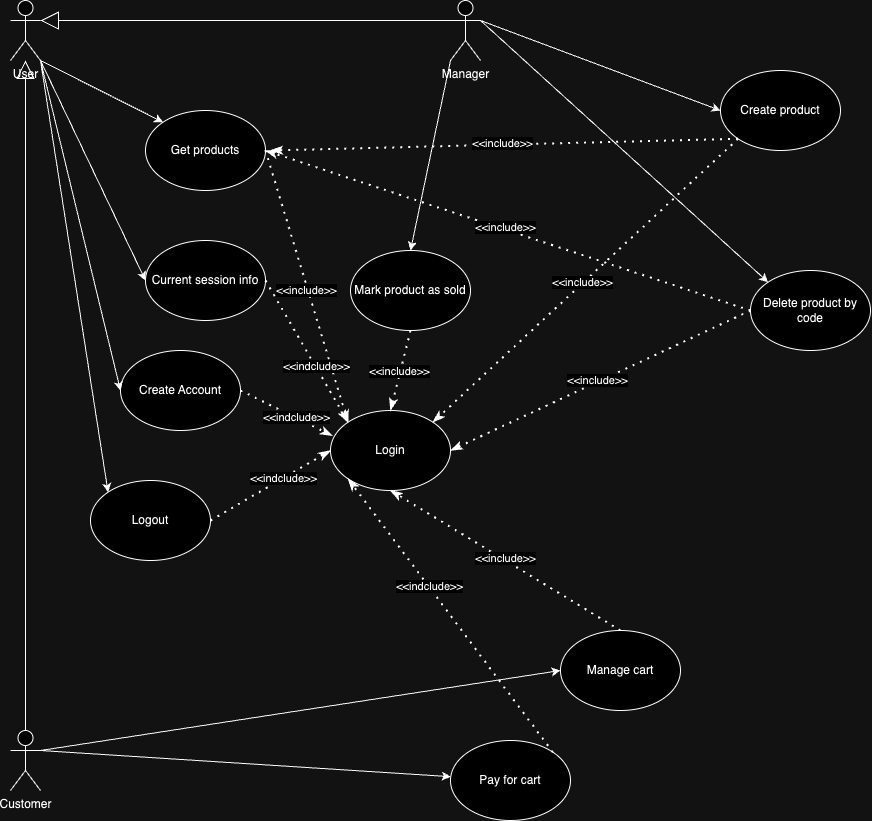
Above: assets/img/V1/UCDV1.png in Andrea-1704/Ezelectronics (draw.io), before the change. Source tidied: cells renumbered, new cells last; positions are measured from the earlier drawing's top-left corner, leaving out a move shared by most shapes.
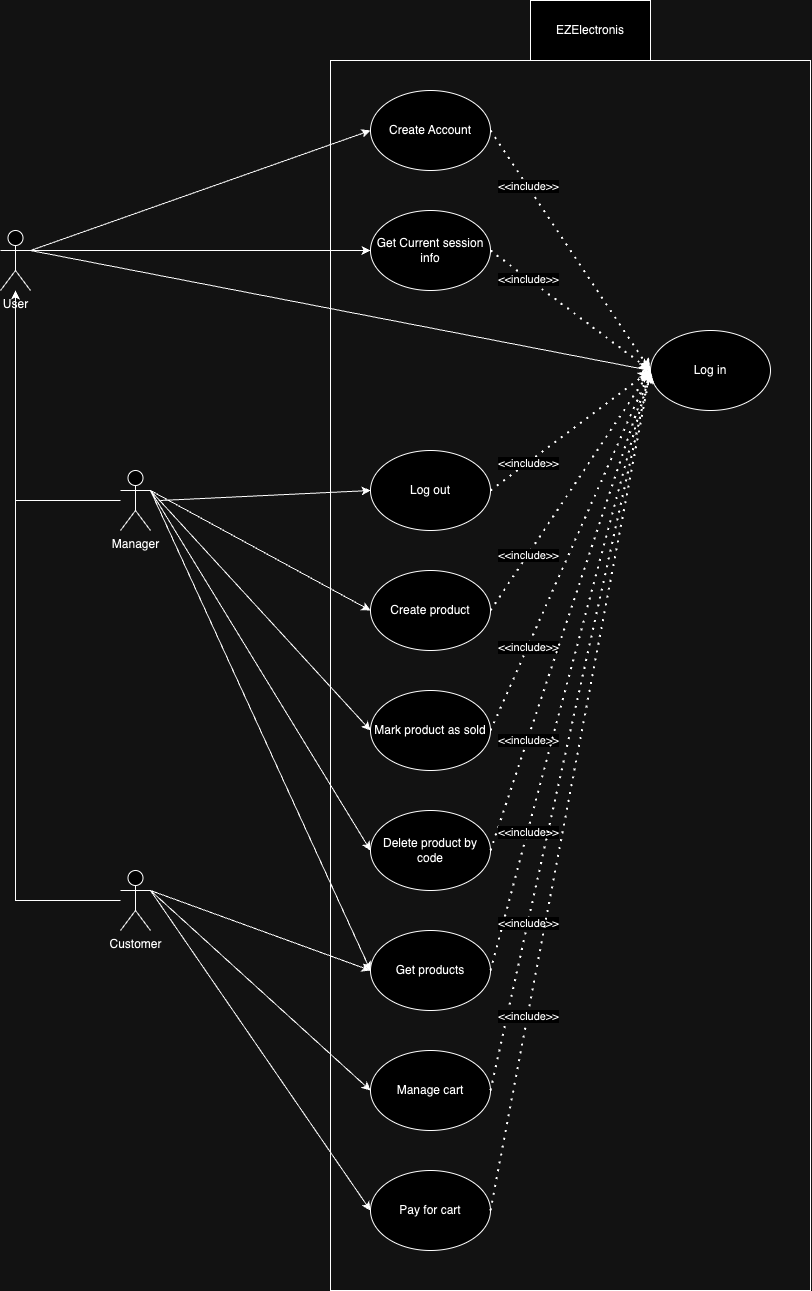
After the commit.

Commit message:
feat(use case diagram): update use case diagram

Diff of the diagram source:
```diff
@@ -5,149 +5,154 @@
     <mxCell id="2" value="Create Account" style="ellipse;whiteSpace=wrap;html=1;" parent="1" vertex="1">
-      <mxGeometry x="110" y="350" width="120" height="80" as="geometry" />
+      <mxGeometry x="170" y="-210" width="120" height="80" as="geometry" />
     </mxCell>
     <mxCell id="3" value="User&lt;div&gt;&lt;br&gt;&lt;/div&gt;" style="shape=umlActor;verticalLabelPosition=bottom;verticalAlign=top;html=1;outlineConnect=0;" parent="1" vertex="1">
-      <mxGeometry width="30" height="60" as="geometry" />
+      <mxGeometry x="-200" y="-70" width="30" height="60" as="geometry" />
     </mxCell>
-    <mxCell id="4" value="Login" style="ellipse;whiteSpace=wrap;html=1;" parent="1" vertex="1">
-      <mxGeometry x="320" y="410" width="120" height="80" as="geometry" />
+    <mxCell id="4" value="Log in" style="ellipse;whiteSpace=wrap;html=1;" parent="1" vertex="1">
+      <mxGeometry x="450" y="30" width="120" height="80" as="geometry" />
     </mxCell>
-    <mxCell id="5" value="Logout" style="ellipse;whiteSpace=wrap;html=1;" parent="1" vertex="1">
-      <mxGeometry x="80" y="480" width="120" height="80" as="geometry" />
-    </mxCell>
-    <mxCell id="6" value="Current session info" style="ellipse;whiteSpace=wrap;html=1;" parent="1" vertex="1">
-      <mxGeometry x="135" y="240" width="120" height="80" as="geometry" />
+    <mxCell id="6" value="Get Current session info" style="ellipse;whiteSpace=wrap;html=1;" parent="1" vertex="1">
+      <mxGeometry x="170" y="-90" width="120" height="80" as="geometry" />
     </mxCell>
     <mxCell id="7" value="Create product" style="ellipse;whiteSpace=wrap;html=1;" parent="1" vertex="1">
-      <mxGeometry x="710" y="70" width="120" height="80" as="geometry" />
+      <mxGeometry x="170" y="270" width="120" height="80" as="geometry" />
     </mxCell>
     <mxCell id="8" value="Mark product as sold" style="ellipse;whiteSpace=wrap;html=1;" parent="1" vertex="1">
-      <mxGeometry x="340" y="250" width="120" height="80" as="geometry" />
+      <mxGeometry x="170" y="390" width="120" height="80" as="geometry" />
     </mxCell>
     <mxCell id="9" value="Get products" style="ellipse;whiteSpace=wrap;html=1;" parent="1" vertex="1">
-      <mxGeometry x="135" y="110" width="120" height="80" as="geometry" />
+      <mxGeometry x="170" y="630" width="120" height="80" as="geometry" />
     </mxCell>
     <mxCell id="10" value="Delete product by code" style="ellipse;whiteSpace=wrap;html=1;" parent="1" vertex="1">
-      <mxGeometry x="740" y="270" width="120" height="80" as="geometry" />
+      <mxGeometry x="170" y="510" width="120" height="80" as="geometry" />
     </mxCell>
     <mxCell id="11" value="Manage cart" style="ellipse;whiteSpace=wrap;html=1;" parent="1" vertex="1">
-      <mxGeometry x="550" y="630" width="120" height="80" as="geometry" />
+      <mxGeometry x="170" y="750" width="120" height="80" as="geometry" />
     </mxCell>
+    <mxCell id="15" style="edgeStyle=orthogonalEdgeStyle;rounded=0;jettySize=auto;html=1;" parent="1" edge="1" source="13" target="3">
+      <mxGeometry relative="1" as="geometry" />
+    </mxCell>
+    <mxCell id="13" value="Manager" style="shape=umlActor;verticalLabelPosition=bottom;verticalAlign=top;html=1;outlineConnect=0;" parent="1" vertex="1">
+      <mxGeometry x="-80" y="170" width="30" height="60" as="geometry" />
+    </mxCell>
+    <mxCell id="16" style="edgeStyle=orthogonalEdgeStyle;rounded=0;jettySize=auto;html=1;" parent="1" edge="1" source="14" target="3">
+      <mxGeometry relative="1" as="geometry" />
+    </mxCell>
+    <mxCell id="14" value="Customer" style="shape=umlActor;verticalLabelPosition=bottom;verticalAlign=top;html=1;outlineConnect=0;" parent="1" vertex="1">
+      <mxGeometry x="-80" y="570" width="30" height="60" as="geometry" />
+    </mxCell>
+    <mxCell id="19" style="endArrow=classic;html=1;rounded=0;entryX=0;entryY=0.5;entryDx=0;entryDy=0;exitX=1;exitY=0.3333333333333333;exitDx=0;exitDy=0;exitPerimeter=0;" parent="1" edge="1" source="3" target="2">
+      <mxGeometry relative="1" as="geometry" />
+    </mxCell>
+    <mxCell id="24" style="endArrow=classic;html=1;rounded=0;entryX=0;entryY=0.5;entryDx=0;entryDy=0;exitX=1;exitY=0.3333333333333333;exitDx=0;exitDy=0;exitPerimeter=0;" parent="1" edge="1" source="3" target="6">
+      <mxGeometry relative="1" as="geometry" />
+    </mxCell>
+    <mxCell id="48" style="endArrow=classic;html=1;rounded=0;entryX=0;entryY=0.5;entryDx=0;entryDy=0;exitX=1;exitY=0.3333333333333333;exitDx=0;exitDy=0;exitPerimeter=0;" parent="1" edge="1" source="3" target="4">
+      <mxGeometry relative="1" as="geometry" />
+    </mxCell>
+    <mxCell id="49" style="endArrow=classic;html=1;rounded=0;entryX=0;entryY=0.5;entryDx=0;entryDy=0;exitX=1;exitY=0.3333333333333333;exitDx=0;exitDy=0;exitPerimeter=0;" parent="1" edge="1" source="13" target="7">
+      <mxGeometry relative="1" as="geometry" />
+    </mxCell>
+    <mxCell id="50" style="endArrow=classic;html=1;rounded=0;exitX=1;exitY=0.3333333333333333;exitDx=0;exitDy=0;exitPerimeter=0;entryX=0;entryY=0.5;entryDx=0;entryDy=0;" parent="1" edge="1" source="14" target="11">
+      <mxGeometry relative="1" as="geometry" />
+    </mxCell>
+    <mxCell id="51" style="endArrow=classic;html=1;rounded=0;exitX=1;exitY=0.3333333333333333;exitDx=0;exitDy=0;exitPerimeter=0;entryX=0;entryY=0.5;entryDx=0;entryDy=0;" parent="1" edge="1" source="13" target="9">
+      <mxGeometry relative="1" as="geometry" />
+    </mxCell>
+    <mxCell id="52" style="endArrow=classic;html=1;rounded=0;entryX=0;entryY=0.5;entryDx=0;entryDy=0;exitX=1;exitY=0.3333333333333333;exitDx=0;exitDy=0;exitPerimeter=0;" parent="1" edge="1" source="13" target="8">
+      <mxGeometry relative="1" as="geometry" />
+    </mxCell>
+    <mxCell id="53" style="endArrow=classic;html=1;rounded=0;entryX=0;entryY=0.5;entryDx=0;entryDy=0;exitX=1;exitY=0.3333333333333333;exitDx=0;exitDy=0;exitPerimeter=0;" parent="1" edge="1" source="13" target="10">
+      <mxGeometry relative="1" as="geometry" />
+    </mxCell>
+    <mxCell id="54" style="endArrow=classic;html=1;rounded=0;exitX=1;exitY=0.3333333333333333;exitDx=0;exitDy=0;exitPerimeter=0;entryX=0;entryY=0.5;entryDx=0;entryDy=0;" parent="1" edge="1" source="14" target="9">
+      <mxGeometry relative="1" as="geometry" />
+    </mxCell>
+    <mxCell id="55" style="rounded=0;whiteSpace=wrap;html=1;fillColor=none;" parent="1" vertex="1">
+      <mxGeometry x="130" y="-240" width="480" height="1230" as="geometry" />
+    </mxCell>
+    <mxCell id="56" value="EZElectronis" style="rounded=0;whiteSpace=wrap;html=1;" parent="1" vertex="1">
+      <mxGeometry x="330" y="-300" width="120" height="60" as="geometry" />
+    </mxCell>
     <mxCell id="12" value="Pay for cart" style="ellipse;whiteSpace=wrap;html=1;" parent="1" vertex="1">
-      <mxGeometry x="440" y="740" width="120" height="80" as="geometry" />
+      <mxGeometry x="170" y="870" width="120" height="80" as="geometry" />
     </mxCell>
-    <mxCell id="13" value="Customer" style="shape=umlActor;verticalLabelPosition=bottom;verticalAlign=top;html=1;outlineConnect=0;" parent="1" vertex="1">
-      <mxGeometry y="730" width="30" height="60" as="geometry" />
-    </mxCell>
-    <mxCell id="14" value="Manager" style="shape=umlActor;verticalLabelPosition=bottom;verticalAlign=top;html=1;outlineConnect=0;" parent="1" vertex="1">
-      <mxGeometry x="440" width="30" height="60" as="geometry" />
-    </mxCell>
-    <mxCell id="15" style="endArrow=block;html=1;rounded=0;endFill=0;exitX=0.5;exitY=0;exitDx=0;exitDy=0;exitPerimeter=0;endSize=16;" parent="1" edge="1" source="13" target="3">
-      <mxGeometry relative="1" as="geometry" />
-    </mxCell>
-    <mxCell id="16" style="endArrow=block;html=1;rounded=0;endFill=0;exitX=0;exitY=0.3333333333333333;exitDx=0;exitDy=0;exitPerimeter=0;entryX=1;entryY=0.3333333333333333;entryDx=0;entryDy=0;entryPerimeter=0;endSize=16;" parent="1" edge="1" source="14" target="3">
-      <mxGeometry relative="1" as="geometry" />
-    </mxCell>
-    <mxCell id="17" style="endArrow=classic;html=1;rounded=0;entryX=0;entryY=0.5;entryDx=0;entryDy=0;exitX=1;exitY=0.3333333333333333;exitDx=0;exitDy=0;exitPerimeter=0;" parent="1" edge="1" source="14" target="7">
-      <mxGeometry relative="1" as="geometry" />
-    </mxCell>
-    <mxCell id="18" style="endArrow=classic;html=1;rounded=0;entryX=0;entryY=0;entryDx=0;entryDy=0;exitX=1;exitY=1;exitDx=0;exitDy=0;exitPerimeter=0;" parent="1" edge="1" source="3" target="5">
-      <mxGeometry relative="1" as="geometry" />
-    </mxCell>
-    <mxCell id="19" style="endArrow=classic;html=1;rounded=0;entryX=0;entryY=0.5;entryDx=0;entryDy=0;exitX=1;exitY=1;exitDx=0;exitDy=0;exitPerimeter=0;" parent="1" edge="1" source="3" target="2">
-      <mxGeometry relative="1" as="geometry" />
-    </mxCell>
-    <mxCell id="20" style="endArrow=classic;html=1;rounded=0;exitX=0;exitY=1;exitDx=0;exitDy=0;exitPerimeter=0;entryX=0.5;entryY=0;entryDx=0;entryDy=0;" parent="1" edge="1" source="14" target="8">
-      <mxGeometry relative="1" as="geometry" />
-    </mxCell>
-    <mxCell id="21" style="endArrow=classic;html=1;rounded=0;entryX=0;entryY=0;entryDx=0;entryDy=0;exitX=1;exitY=0.3333333333333333;exitDx=0;exitDy=0;exitPerimeter=0;" parent="1" edge="1" source="14" target="10">
-      <mxGeometry relative="1" as="geometry" />
-    </mxCell>
-    <mxCell id="22" style="endArrow=classic;html=1;rounded=0;entryX=0;entryY=0;entryDx=0;entryDy=0;exitX=1;exitY=1;exitDx=0;exitDy=0;exitPerimeter=0;" parent="1" edge="1" source="3" target="9">
-      <mxGeometry relative="1" as="geometry" />
-    </mxCell>
-    <mxCell id="23" style="endArrow=classic;html=1;rounded=0;entryX=0;entryY=0.5;entryDx=0;entryDy=0;exitX=1;exitY=0.3333333333333333;exitDx=0;exitDy=0;exitPerimeter=0;" parent="1" edge="1" source="13" target="11">
-      <mxGeometry relative="1" as="geometry" />
-    </mxCell>
-    <mxCell id="24" style="endArrow=classic;html=1;rounded=0;entryX=0;entryY=0.5;entryDx=0;entryDy=0;exitX=1;exitY=1;exitDx=0;exitDy=0;exitPerimeter=0;" parent="1" edge="1" source="3" target="6">
-      <mxGeometry relative="1" as="geometry" />
-    </mxCell>
-    <mxCell id="25" style="endArrow=classic;html=1;rounded=0;exitX=1;exitY=0.3333333333333333;exitDx=0;exitDy=0;exitPerimeter=0;" parent="1" edge="1" source="13" target="12">
-      <mxGeometry relative="1" as="geometry" />
-    </mxCell>
-    <mxCell id="26" style="endArrow=classicThin;dashed=1;html=1;dashPattern=1 3;strokeWidth=2;rounded=0;endFill=1;exitX=1;exitY=0;exitDx=0;exitDy=0;entryX=0;entryY=1;entryDx=0;entryDy=0;" parent="1" edge="1" source="12" target="4">
-      <mxGeometry relative="1" as="geometry" />
-    </mxCell>
-    <mxCell id="27" value="&amp;lt;&amp;lt;indclude&amp;gt;&amp;gt;" style="edgeLabel;html=1;align=center;verticalAlign=middle;" parent="26" vertex="1">
-      <mxGeometry x="0.21" relative="1" as="geometry">
-        <mxPoint y="-1" as="offset" />
-      </mxGeometry>
-    </mxCell>
+    <mxCell id="57" style="endArrow=classic;html=1;rounded=0;entryX=0;entryY=0.5;entryDx=0;entryDy=0;" parent="1" edge="1" target="12">
+      <mxGeometry relative="1" as="geometry">
+        <mxPoint x="-50" y="590" as="sourcePoint" />
+      </mxGeometry>
+    </mxCell>
+    <mxCell id="58" value="Log&amp;nbsp;&lt;span style=&quot;background-color: initial;&quot;&gt;out&lt;/span&gt;" style="ellipse;whiteSpace=wrap;html=1;" parent="1" vertex="1">
+      <mxGeometry x="170" y="150" width="120" height="80" as="geometry" />
+    </mxCell>
+    <mxCell id="59" style="endArrow=classic;dashed=1;html=1;dashPattern=1 3;strokeWidth=2;rounded=0;entryX=0;entryY=0.5;entryDx=0;entryDy=0;exitX=1;exitY=0.5;exitDx=0;exitDy=0;endFill=1;" parent="1" edge="1" source="58" target="4">
+      <mxGeometry relative="1" as="geometry" />
+    </mxCell>
+    <mxCell id="60" value="&amp;lt;&amp;lt;include&amp;gt;&amp;gt;" style="edgeLabel;html=1;align=center;verticalAlign=middle;" parent="59" vertex="1">
+      <mxGeometry x="-0.54" relative="1" as="geometry" />
+    </mxCell>
+    <mxCell id="61" style="endArrow=classic;dashed=1;html=1;dashPattern=1 3;strokeWidth=2;rounded=0;exitX=1;exitY=0.5;exitDx=0;exitDy=0;endFill=1;" parent="1" edge="1" source="7">
+      <mxGeometry relative="1" as="geometry">
+        <mxPoint x="450" y="70" as="targetPoint" />
+      </mxGeometry>
+    </mxCell>
+    <mxCell id="62" value="&amp;lt;&amp;lt;include&amp;gt;&amp;gt;" style="edgeLabel;html=1;align=center;verticalAlign=middle;" parent="61" vertex="1">
+      <mxGeometry x="-0.54" relative="1" as="geometry" />
+    </mxCell>
+    <mxCell id="63" style="endArrow=classic;dashed=1;html=1;dashPattern=1 3;strokeWidth=2;rounded=0;exitX=1;exitY=0.5;exitDx=0;exitDy=0;endFill=1;" parent="1" edge="1" source="8">
+      <mxGeometry relative="1" as="geometry">
+        <mxPoint x="450" y="70" as="targetPoint" />
+      </mxGeometry>
+    </mxCell>
+    <mxCell id="64" value="&amp;lt;&amp;lt;include&amp;gt;&amp;gt;" style="edgeLabel;html=1;align=center;verticalAlign=middle;" parent="63" vertex="1">
+      <mxGeometry x="-0.54" relative="1" as="geometry" />
+    </mxCell>
+    <mxCell id="65" style="endArrow=classic;dashed=1;html=1;dashPattern=1 3;strokeWidth=2;rounded=0;exitX=1;exitY=0.5;exitDx=0;exitDy=0;endFill=1;" parent="1" edge="1" source="10">
+      <mxGeometry relative="1" as="geometry">
+        <mxPoint x="450" y="70" as="targetPoint" />
+      </mxGeometry>
+    </mxCell>
+    <mxCell id="66" value="&amp;lt;&amp;lt;include&amp;gt;&amp;gt;" style="edgeLabel;html=1;align=center;verticalAlign=middle;" parent="65" vertex="1">
+      <mxGeometry x="-0.54" relative="1" as="geometry" />
+    </mxCell>
+    <mxCell id="30" style="endArrow=classic;dashed=1;html=1;dashPattern=1 3;strokeWidth=2;rounded=0;exitX=1;exitY=0.5;exitDx=0;exitDy=0;endFill=1;entryX=0;entryY=0.5;entryDx=0;entryDy=0;" parent="1" edge="1" source="9" target="4">
+      <mxGeometry relative="1" as="geometry" />
+    </mxCell>
+    <mxCell id="67" value="&amp;lt;&amp;lt;include&amp;gt;&amp;gt;" style="edgeLabel;html=1;align=center;verticalAlign=middle;" parent="30" vertex="1">
+      <mxGeometry x="-0.54" relative="1" as="geometry" />
+    </mxCell>
-    <mxCell id="28" style="endArrow=classicThin;dashed=1;html=1;dashPattern=1 3;strokeWidth=2;rounded=0;endFill=1;entryX=0.5;entryY=1;entryDx=0;entryDy=0;exitX=0.5;exitY=0;exitDx=0;exitDy=0;" parent="1" edge="1" source="11" target="4">
+    <mxCell id="28" style="endArrow=classic;dashed=1;html=1;dashPattern=1 3;strokeWidth=2;rounded=0;exitX=1;exitY=0.5;exitDx=0;exitDy=0;endFill=1;entryX=0;entryY=0.5;entryDx=0;entryDy=0;" parent="1" edge="1" source="11" target="4">
       <mxGeometry relative="1" as="geometry" />
     </mxCell>
-    <mxCell id="29" value="&amp;lt;&amp;lt;include&amp;gt;&amp;gt;" style="edgeLabel;html=1;align=center;verticalAlign=middle;" parent="28" vertex="1">
-      <mxGeometry x="0.02" y="-2" relative="1" as="geometry" />
-    </mxCell>
-    <mxCell id="30" style="endArrow=classicThin;dashed=1;html=1;dashPattern=1 3;strokeWidth=2;rounded=0;endFill=1;entryX=0;entryY=0;entryDx=0;entryDy=0;exitX=1;exitY=0.5;exitDx=0;exitDy=0;" parent="1" edge="1" source="9" target="4">
-      <mxGeometry relative="1" as="geometry" />
-    </mxCell>
-    <mxCell id="31" value="&amp;lt;&amp;lt;include&amp;gt;&amp;gt;" style="edgeLabel;html=1;align=center;verticalAlign=middle;" parent="30" vertex="1">
-      <mxGeometry x="0.02" y="-2" relative="1" as="geometry" />
-    </mxCell>
-    <mxCell id="32" style="endArrow=classicThin;dashed=1;html=1;dashPattern=1 3;strokeWidth=2;rounded=0;endFill=1;entryX=1;entryY=0.5;entryDx=0;entryDy=0;exitX=0;exitY=0.5;exitDx=0;exitDy=0;" parent="1" edge="1" source="10" target="4">
-      <mxGeometry relative="1" as="geometry" />
-    </mxCell>
-    <mxCell id="33" value="&amp;lt;&amp;lt;include&amp;gt;&amp;gt;" style="edgeLabel;html=1;align=center;verticalAlign=middle;" parent="32" vertex="1">
-      <mxGeometry x="0.02" y="-2" relative="1" as="geometry" />
-    </mxCell>
-    <mxCell id="34" style="endArrow=classicThin;dashed=1;html=1;dashPattern=1 3;strokeWidth=2;rounded=0;endFill=1;entryX=1;entryY=0;entryDx=0;entryDy=0;exitX=0;exitY=1;exitDx=0;exitDy=0;" parent="1" edge="1" source="7" target="4">
-      <mxGeometry relative="1" as="geometry" />
-    </mxCell>
-    <mxCell id="35" value="&amp;lt;&amp;lt;include&amp;gt;&amp;gt;" style="edgeLabel;html=1;align=center;verticalAlign=middle;" parent="34" vertex="1">
-      <mxGeometry x="0.02" y="-2" relative="1" as="geometry" />
-    </mxCell>
-    <mxCell id="36" style="endArrow=classicThin;dashed=1;html=1;dashPattern=1 3;strokeWidth=2;rounded=0;endFill=1;entryX=0.5;entryY=0;entryDx=0;entryDy=0;exitX=0.5;exitY=1;exitDx=0;exitDy=0;" parent="1" edge="1" source="8" target="4">
-      <mxGeometry relative="1" as="geometry" />
-    </mxCell>
-    <mxCell id="37" value="&amp;lt;&amp;lt;include&amp;gt;&amp;gt;" style="edgeLabel;html=1;align=center;verticalAlign=middle;" parent="36" vertex="1">
-      <mxGeometry x="0.02" y="-2" relative="1" as="geometry" />
-    </mxCell>
-    <mxCell id="38" style="endArrow=classicThin;dashed=1;html=1;dashPattern=1 3;strokeWidth=2;rounded=0;endFill=1;exitX=1;exitY=0.5;exitDx=0;exitDy=0;entryX=0;entryY=0.5;entryDx=0;entryDy=0;" parent="1" edge="1" source="5" target="4">
-      <mxGeometry relative="1" as="geometry" />
-    </mxCell>
-    <mxCell id="39" value="&amp;lt;&amp;lt;indclude&amp;gt;&amp;gt;" style="edgeLabel;html=1;align=center;verticalAlign=middle;" parent="38" vertex="1">
-      <mxGeometry x="0.21" relative="1" as="geometry">
-        <mxPoint y="-1" as="offset" />
-      </mxGeometry>
-    </mxCell>
-    <mxCell id="40" style="endArrow=classicThin;dashed=1;html=1;dashPattern=1 3;strokeWidth=2;rounded=0;endFill=1;exitX=1;exitY=0.5;exitDx=0;exitDy=0;entryX=0.017;entryY=0.315;entryDx=0;entryDy=0;entryPerimeter=0;" parent="1" edge="1" source="2" target="4">
-      <mxGeometry relative="1" as="geometry" />
-    </mxCell>
-    <mxCell id="41" value="&amp;lt;&amp;lt;indclude&amp;gt;&amp;gt;" style="edgeLabel;html=1;align=center;verticalAlign=middle;" parent="40" vertex="1">
-      <mxGeometry x="0.21" relative="1" as="geometry">
-        <mxPoint y="-1" as="offset" />
-      </mxGeometry>
-    </mxCell>
+    <mxCell id="68" value="&amp;lt;&amp;lt;include&amp;gt;&amp;gt;" style="edgeLabel;html=1;align=center;verticalAlign=middle;" parent="28" vertex="1">
+      <mxGeometry x="-0.54" relative="1" as="geometry" />
+    </mxCell>
+    <mxCell id="69" style="endArrow=classic;dashed=1;html=1;dashPattern=1 3;strokeWidth=2;rounded=0;exitX=1;exitY=0.5;exitDx=0;exitDy=0;endFill=1;" parent="1" edge="1" source="12">
+      <mxGeometry relative="1" as="geometry">
+        <mxPoint x="450" y="70" as="targetPoint" />
+      </mxGeometry>
+    </mxCell>
+    <mxCell id="70" value="&amp;lt;&amp;lt;include&amp;gt;&amp;gt;" style="edgeLabel;html=1;align=center;verticalAlign=middle;" parent="69" vertex="1">
+      <mxGeometry x="-0.54" relative="1" as="geometry" />
+    </mxCell>
-    <mxCell id="42" style="endArrow=classicThin;dashed=1;html=1;dashPattern=1 3;strokeWidth=2;rounded=0;endFill=1;exitX=1;exitY=0.5;exitDx=0;exitDy=0;entryX=0;entryY=0;entryDx=0;entryDy=0;" parent="1" edge="1" source="6" target="4">
+    <mxCell id="42" style="endArrow=classic;dashed=1;html=1;dashPattern=1 3;strokeWidth=2;rounded=0;entryX=0;entryY=0.5;entryDx=0;entryDy=0;exitX=1;exitY=0.5;exitDx=0;exitDy=0;endFill=1;" parent="1" edge="1" source="6" target="4">
       <mxGeometry relative="1" as="geometry" />
     </mxCell>
-    <mxCell id="43" value="&amp;lt;&amp;lt;indclude&amp;gt;&amp;gt;" style="edgeLabel;html=1;align=center;verticalAlign=middle;" parent="42" vertex="1">
-      <mxGeometry x="0.21" relative="1" as="geometry">
-        <mxPoint y="-1" as="offset" />
-      </mxGeometry>
-    </mxCell>
-    <mxCell id="44" style="endArrow=classicThin;dashed=1;html=1;dashPattern=1 3;strokeWidth=2;rounded=0;endFill=1;exitX=0;exitY=1;exitDx=0;exitDy=0;" parent="1" edge="1" source="7">
-      <mxGeometry relative="1" as="geometry">
-        <mxPoint x="260" y="150" as="targetPoint" />
-      </mxGeometry>
-    </mxCell>
-    <mxCell id="45" value="&amp;lt;&amp;lt;include&amp;gt;&amp;gt;" style="edgeLabel;html=1;align=center;verticalAlign=middle;" parent="44" vertex="1">
-      <mxGeometry x="0.02" y="-2" relative="1" as="geometry" />
-    </mxCell>
-    <mxCell id="46" style="endArrow=classicThin;dashed=1;html=1;dashPattern=1 3;strokeWidth=2;rounded=0;endFill=1;exitX=0;exitY=0.5;exitDx=0;exitDy=0;entryX=1;entryY=0.5;entryDx=0;entryDy=0;" parent="1" edge="1" source="10" target="9">
-      <mxGeometry relative="1" as="geometry" />
-    </mxCell>
-    <mxCell id="47" value="&amp;lt;&amp;lt;include&amp;gt;&amp;gt;" style="edgeLabel;html=1;align=center;verticalAlign=middle;" parent="46" vertex="1">
-      <mxGeometry x="0.02" y="-2" relative="1" as="geometry" />
-    </mxCell>
+    <mxCell id="71" value="&amp;lt;&amp;lt;include&amp;gt;&amp;gt;" style="edgeLabel;html=1;align=center;verticalAlign=middle;" parent="42" vertex="1">
+      <mxGeometry x="-0.54" relative="1" as="geometry" />
+    </mxCell>
+    <mxCell id="72" style="endArrow=classic;dashed=1;html=1;dashPattern=1 3;strokeWidth=2;rounded=0;endFill=1;" parent="1" edge="1">
+      <mxGeometry relative="1" as="geometry">
+        <mxPoint x="290" y="-170" as="sourcePoint" />
+        <mxPoint x="450" y="70" as="targetPoint" />
+      </mxGeometry>
+    </mxCell>
+    <mxCell id="73" value="&amp;lt;&amp;lt;include&amp;gt;&amp;gt;" style="edgeLabel;html=1;align=center;verticalAlign=middle;" parent="72" vertex="1">
+      <mxGeometry x="-0.54" relative="1" as="geometry" />
+    </mxCell>
+    <mxCell id="74" style="endArrow=classic;html=1;rounded=0;exitX=1;exitY=0.3333333333333333;exitDx=0;exitDy=0;exitPerimeter=0;entryX=0;entryY=0.5;entryDx=0;entryDy=0;" parent="1" edge="1" target="58">
+      <mxGeometry relative="1" as="geometry">
+        <mxPoint x="-40" y="200" as="sourcePoint" />
+      </mxGeometry>
+    </mxCell>
   </root>
```
